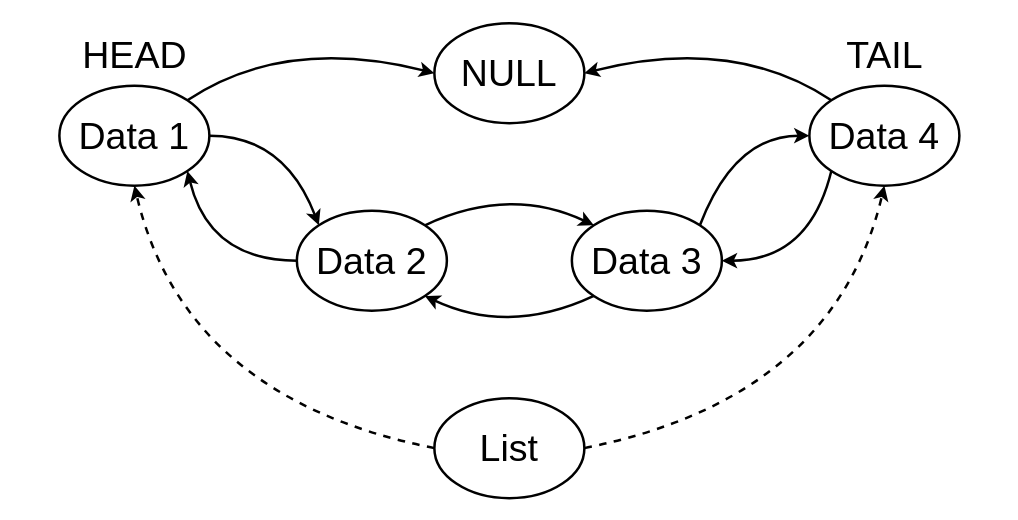
Above: page "Double" (2 of 2) of StudentExpo/LinkedList.drawio in Crew46/data-fall2025 (draw.io), before the change. Source tidied: cells renumbered, new cells numbered last; positions are measured from the earlier drawing's top-left corner, leaving out a move shared by most shapes. Both pictures are drawn from the tidied source at 125%, with x=0, y=0 at pixel (59, 22).
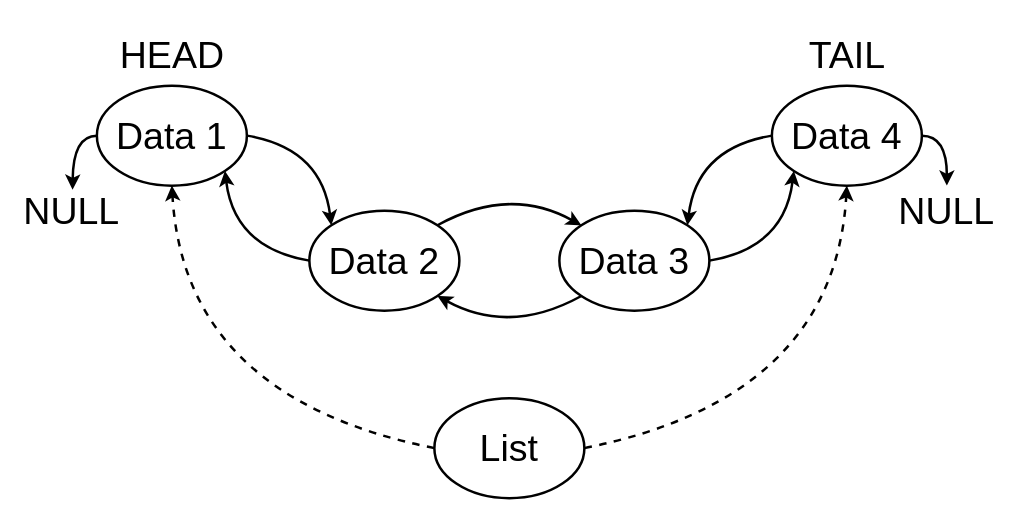
The same diagram, later.

The change refers to these unchanged cells:
```xml
<mxCell id="9" value="&lt;span style=&quot;font-size: 30px;&quot;&gt;List&lt;/span&gt;" style="ellipse;whiteSpace=wrap;html=1;strokeWidth=2;" parent="1" vertex="1">
  <mxGeometry x="300" y="300" width="120" height="80" as="geometry" />
</mxCell>
```

Change to the diagram source:
```diff
@@
-    <mxCell id="2" value="&lt;font style=&quot;font-size: 30px;&quot;&gt;NULL&lt;/font&gt;" style="ellipse;whiteSpace=wrap;html=1;flipH=0;strokeWidth=2;" parent="1" vertex="1">
-      <mxGeometry x="300" width="120" height="80" as="geometry" />
-    </mxCell>
     <mxCell id="3" value="&lt;span style=&quot;font-size: 30px;&quot;&gt;Data 1&lt;/span&gt;" style="ellipse;whiteSpace=wrap;html=1;strokeWidth=2;" parent="1" vertex="1">
-      <mxGeometry y="50" width="120" height="80" as="geometry" />
+      <mxGeometry x="30" y="50" width="120" height="80" as="geometry" />
     </mxCell>
     <mxCell id="4" value="&lt;font style=&quot;font-size: 30px;&quot;&gt;Data 2&lt;/font&gt;" style="ellipse;whiteSpace=wrap;html=1;strokeWidth=2;" parent="1" vertex="1">
-      <mxGeometry x="190" y="150" width="120" height="80" as="geometry" />
+      <mxGeometry x="200" y="150" width="120" height="80" as="geometry" />
     </mxCell>
     <mxCell id="5" value="&lt;font style=&quot;font-size: 30px;&quot;&gt;Data 3&lt;/font&gt;" style="ellipse;whiteSpace=wrap;html=1;flipH=0;strokeWidth=2;" parent="1" vertex="1">
-      <mxGeometry x="410" y="150" width="120" height="80" as="geometry" />
+      <mxGeometry x="400" y="150" width="120" height="80" as="geometry" />
     </mxCell>
     <mxCell id="6" value="&lt;span style=&quot;font-size: 30px;&quot;&gt;Data 4&lt;/span&gt;" style="ellipse;whiteSpace=wrap;html=1;strokeWidth=2;" parent="1" vertex="1">
-      <mxGeometry x="600" y="50" width="120" height="80" as="geometry" />
+      <mxGeometry x="570" y="50" width="120" height="80" as="geometry" />
     </mxCell>
-    <mxCell id="7" style="curved=1;endArrow=classic;html=1;rounded=0;exitX=1;exitY=0;exitDx=0;exitDy=0;entryX=0;entryY=0.5;entryDx=0;entryDy=0;strokeWidth=2;" parent="1" edge="1" source="5" target="6">
-      <mxGeometry relative="1" as="geometry">
-        <Array as="points">
-          <mxPoint x="540" y="90" />
-        </Array>
-      </mxGeometry>
-    </mxCell>
@@
     <mxCell id="10" value="&lt;font style=&quot;font-size: 30px;&quot;&gt;HEAD&lt;/font&gt;" style="text;html=1;align=center;verticalAlign=middle;strokeColor=none;fillColor=none;strokeWidth=2;" parent="1" vertex="1">
-      <mxGeometry x="5" width="110" height="50" as="geometry" />
+      <mxGeometry x="35" width="110" height="50" as="geometry" />
     </mxCell>
     <mxCell id="11" value="&lt;font style=&quot;font-size: 30px;&quot;&gt;TAIL&lt;/font&gt;" style="text;html=1;align=center;verticalAlign=middle;strokeColor=none;fillColor=none;strokeWidth=2;" parent="1" vertex="1">
-      <mxGeometry x="620" width="80" height="50" as="geometry" />
+      <mxGeometry x="590" width="80" height="50" as="geometry" />
     </mxCell>
-    <mxCell id="12" style="curved=1;endArrow=classic;html=1;rounded=0;exitX=1;exitY=0;exitDx=0;exitDy=0;entryX=0;entryY=0.5;entryDx=0;entryDy=0;strokeWidth=2;" parent="1" edge="1" source="3" target="2">
-      <mxGeometry relative="1" as="geometry">
-        <Array as="points">
-          <mxPoint x="180" y="10" />
-        </Array>
-      </mxGeometry>
-    </mxCell>
@@
-    <mxCell id="14" style="curved=1;endArrow=classic;html=1;rounded=0;exitX=0;exitY=1;exitDx=0;exitDy=0;entryX=1;entryY=0.5;entryDx=0;entryDy=0;strokeWidth=2;" parent="1" edge="1" source="6" target="5">
-      <mxGeometry relative="1" as="geometry">
-        <Array as="points">
-          <mxPoint x="600" y="190" />
-        </Array>
-      </mxGeometry>
-    </mxCell>
-    <mxCell id="15" style="curved=1;endArrow=classic;html=1;rounded=0;exitX=1;exitY=0.5;exitDx=0;exitDy=0;entryX=0.5;entryY=1;entryDx=0;entryDy=0;strokeWidth=2;dashed=1;" parent="1" edge="1" source="9" target="6">
+    <mxCell id="15" style="curved=1;endArrow=classic;html=1;rounded=0;exitX=1;exitY=0.5;exitDx=0;exitDy=0;entryX=0.5;entryY=1;entryDx=0;entryDy=0;strokeWidth=2;dashed=1;flowAnimation=0;shadow=0;" parent="1" edge="1" source="9" target="6">
       <mxGeometry relative="1" as="geometry">
         <Array as="points">
           <mxPoint x="620" y="300" />
         </Array>
       </mxGeometry>
     </mxCell>
-    <mxCell id="16" style="curved=1;endArrow=classic;html=1;rounded=0;entryX=0;entryY=0;entryDx=0;entryDy=0;exitX=1;exitY=0.5;exitDx=0;exitDy=0;strokeWidth=2;" parent="1" edge="1" source="3" target="4">
-      <mxGeometry relative="1" as="geometry">
-        <Array as="points">
-          <mxPoint x="180" y="90" />
-        </Array>
-      </mxGeometry>
-    </mxCell>
     <mxCell id="17" style="curved=1;endArrow=classic;html=1;rounded=0;exitX=0;exitY=0.5;exitDx=0;exitDy=0;entryX=1;entryY=1;entryDx=0;entryDy=0;strokeWidth=2;" parent="1" edge="1" source="4" target="3">
       <mxGeometry relative="1" as="geometry">
         <Array as="points">
-          <mxPoint x="120" y="190" />
+          <mxPoint x="140" y="180" />
         </Array>
       </mxGeometry>
     </mxCell>
-    <mxCell id="18" style="curved=1;endArrow=classic;html=1;rounded=0;exitX=1;exitY=0.5;exitDx=0;exitDy=0;entryX=0.5;entryY=1;entryDx=0;entryDy=0;strokeWidth=2;dashed=1;" parent="1" edge="1">
+    <mxCell id="18" style="curved=1;endArrow=classic;html=1;rounded=0;exitX=1;exitY=0.5;exitDx=0;exitDy=0;entryX=0.5;entryY=1;entryDx=0;entryDy=0;strokeWidth=2;dashed=1;" parent="1" edge="1" target="3">
       <mxGeometry relative="1" as="geometry">
         <mxPoint x="300" y="340" as="sourcePoint" />
-        <mxPoint x="60" y="130" as="targetPoint" />
         <Array as="points">
           <mxPoint x="100" y="300" />
         </Array>
       </mxGeometry>
     </mxCell>
-    <mxCell id="19" style="curved=1;endArrow=classic;html=1;rounded=0;exitX=0;exitY=0;exitDx=0;exitDy=0;entryX=1;entryY=0.5;entryDx=0;entryDy=0;strokeWidth=2;" parent="1" edge="1" source="6" target="2">
-      <mxGeometry relative="1" as="geometry">
-        <Array as="points">
-          <mxPoint x="540" y="10" />
-        </Array>
-      </mxGeometry>
-    </mxCell>
+    <mxCell id="20" value="NULL" style="text;html=1;whiteSpace=wrap;strokeColor=none;fillColor=none;align=center;verticalAlign=middle;rounded=0;fontSize=30;" parent="1" vertex="1">
+      <mxGeometry x="-30" y="130" width="80" height="40" as="geometry" />
+    </mxCell>
+    <mxCell id="16" style="curved=1;endArrow=classic;html=1;rounded=0;exitX=1;exitY=0.5;exitDx=0;exitDy=0;entryX=0;entryY=0;entryDx=0;entryDy=0;strokeWidth=2;" parent="1" edge="1" source="3" target="4">
+      <mxGeometry relative="1" as="geometry">
+        <Array as="points">
+          <mxPoint x="210" y="100" />
+        </Array>
+      </mxGeometry>
+    </mxCell>
+    <mxCell id="7" style="curved=1;endArrow=classic;html=1;rounded=0;entryX=0;entryY=1;entryDx=0;entryDy=0;strokeWidth=2;exitX=1;exitY=0.5;exitDx=0;exitDy=0;" parent="1" edge="1" source="5" target="6">
+      <mxGeometry relative="1" as="geometry">
+        <Array as="points">
+          <mxPoint x="580" y="180" />
+        </Array>
+      </mxGeometry>
+    </mxCell>
+    <mxCell id="14" style="curved=1;endArrow=classic;html=1;rounded=0;exitX=0;exitY=0.5;exitDx=0;exitDy=0;entryX=1;entryY=0;entryDx=0;entryDy=0;strokeWidth=2;" parent="1" edge="1" source="6" target="5">
+      <mxGeometry relative="1" as="geometry">
+        <Array as="points">
+          <mxPoint x="510" y="100" />
+        </Array>
+      </mxGeometry>
+    </mxCell>
+    <mxCell id="21" style="curved=1;endArrow=classic;html=1;rounded=0;exitX=0;exitY=0.5;exitDx=0;exitDy=0;entryX=0.507;entryY=0.083;entryDx=0;entryDy=0;entryPerimeter=0;strokeWidth=2;" parent="1" edge="1" source="3" target="20">
+      <mxGeometry relative="1" as="geometry">
+        <Array as="points">
+          <mxPoint x="11" y="90" />
+        </Array>
+      </mxGeometry>
+    </mxCell>
+    <mxCell id="22" value="NULL" style="text;html=1;whiteSpace=wrap;strokeColor=none;fillColor=none;align=center;verticalAlign=middle;rounded=0;fontSize=30;" parent="1" vertex="1">
+      <mxGeometry x="670" y="130" width="80" height="40" as="geometry" />
+    </mxCell>
+    <mxCell id="23" style="curved=1;endArrow=classic;html=1;rounded=0;strokeWidth=2;entryX=0.5;entryY=0;entryDx=0;entryDy=0;exitX=1;exitY=0.5;exitDx=0;exitDy=0;" parent="1" edge="1" source="6" target="22">
+      <mxGeometry relative="1" as="geometry">
+        <Array as="points">
+          <mxPoint x="710" y="90" />
+        </Array>
+      </mxGeometry>
+    </mxCell>
```
